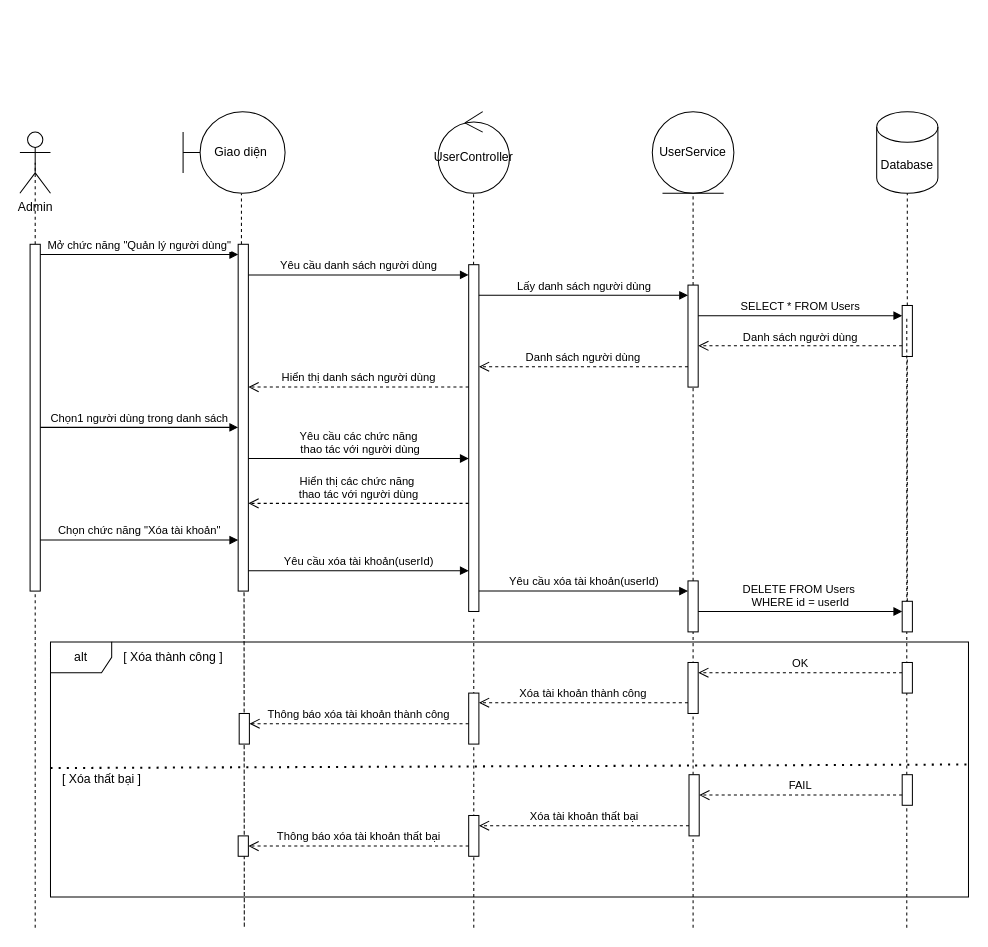
Earlier version of the draw.io diagram Sequence diagram/User Management/admin_delete_account.drawio (cuongceg/BTL-IT3120). Source tidied: cells renumbered, new cells numbered last; positions are measured from the earlier drawing's top-left corner, leaving out a move shared by most shapes. Both pictures are drawn from the tidied source at 102%, with x=0, y=0 at pixel (19, 111).
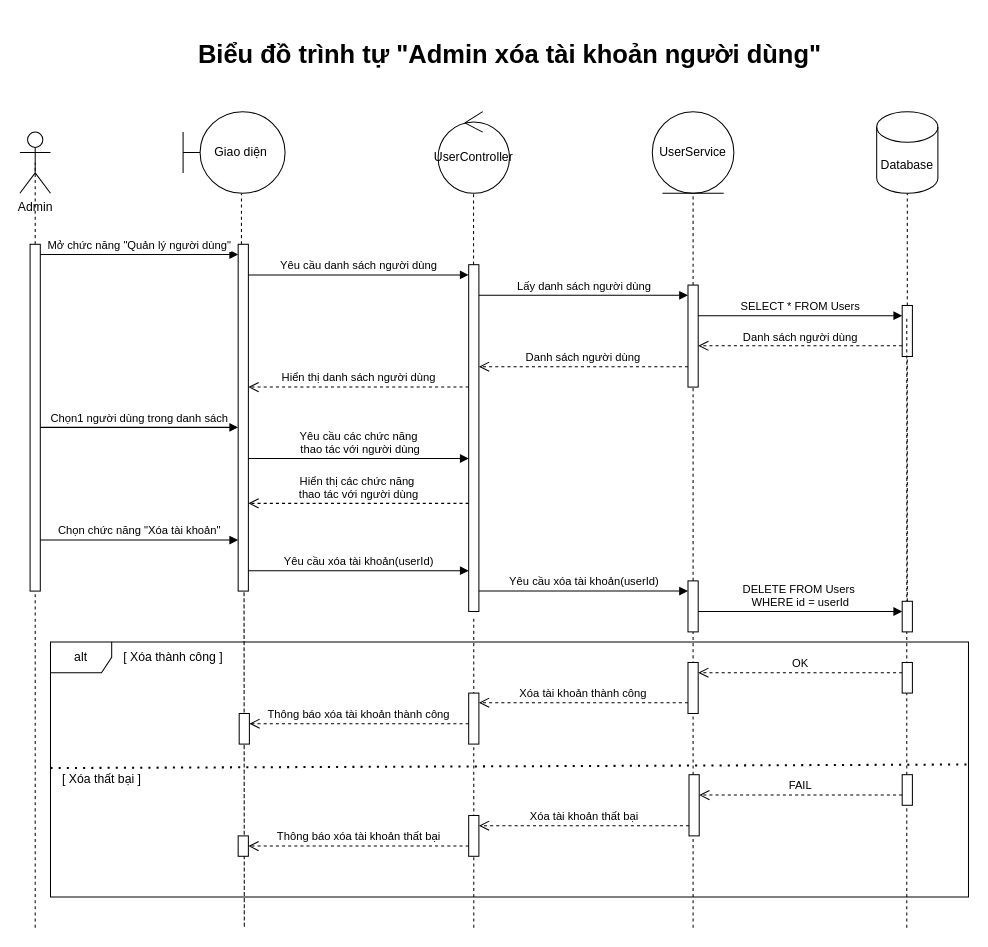
The same diagram, later.

Commit message:
Cập nhật admin_delete_account.drawio

Diff of the diagram source:
```diff
@@
+    <mxCell id="58" value="&lt;h2&gt;&lt;font style=&quot;font-size: 25px;&quot;&gt;Biểu đồ trình tự &quot;Admin xóa tài khoản người dùng&quot;&lt;/font&gt;&lt;/h2&gt;" style="text;html=1;align=center;verticalAlign=middle;strokeColor=none;fillColor=none;" parent="1" vertex="1">
+      <mxGeometry x="165" y="-92" width="630" height="70" as="geometry" />
+    </mxCell>
```
